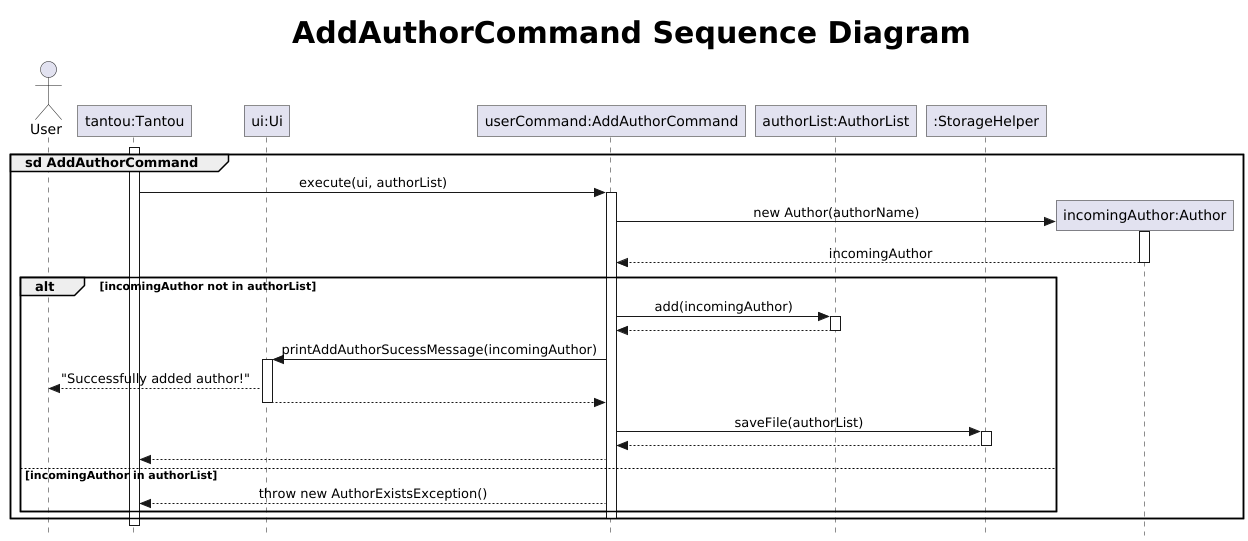
xenthm/tp keeps this PlantUML diagram as docs/uml/images/AddAuthorSequence.png. Above is the earlier version.
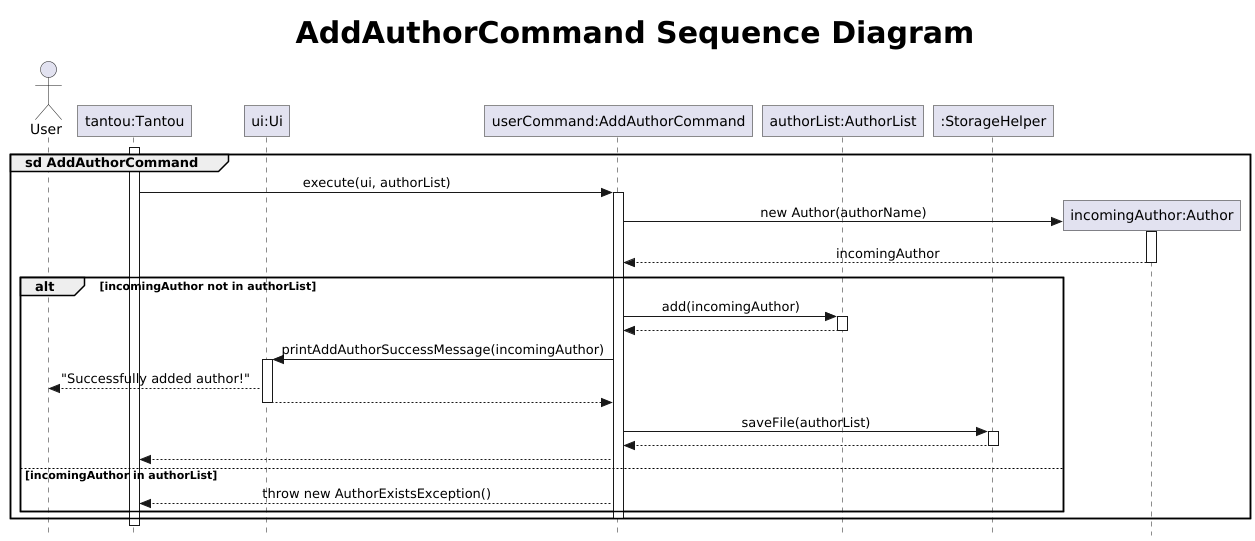
Above is the later version.

Commit message:
Fix typos in sequence diagram

What changed in the source:
```diff
@@ -27,7 +27,7 @@
         activate authorList
         authorList --> userCommand
         deactivate authorList
-        userCommand -> ui : printAddAuthorSucessMessage(incomingAuthor)
+        userCommand -> ui : printAddAuthorSuccessMessage(incomingAuthor)
         activate ui
         ui --> User : "Successfully added author!"
         ui --> userCommand
```
